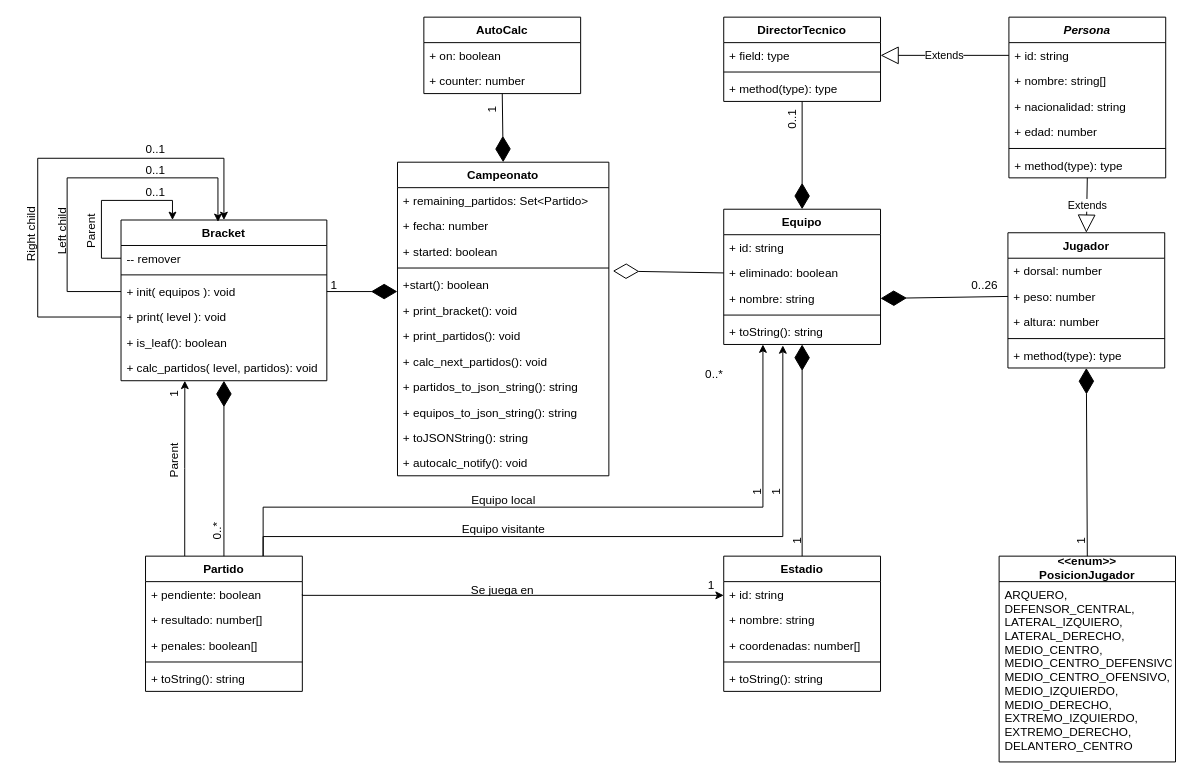
This is doc/Sistema campeonato.drawio from joaquinmaier/campeonato-api, a draw.io file, before an edit. Source tidied: cells renumbered, new cells numbered last; positions are measured from the earlier drawing's top-left corner, leaving out a move shared by most shapes. Both pictures are drawn from the tidied source at 98%, with x=0, y=0 at pixel (-8, 17).
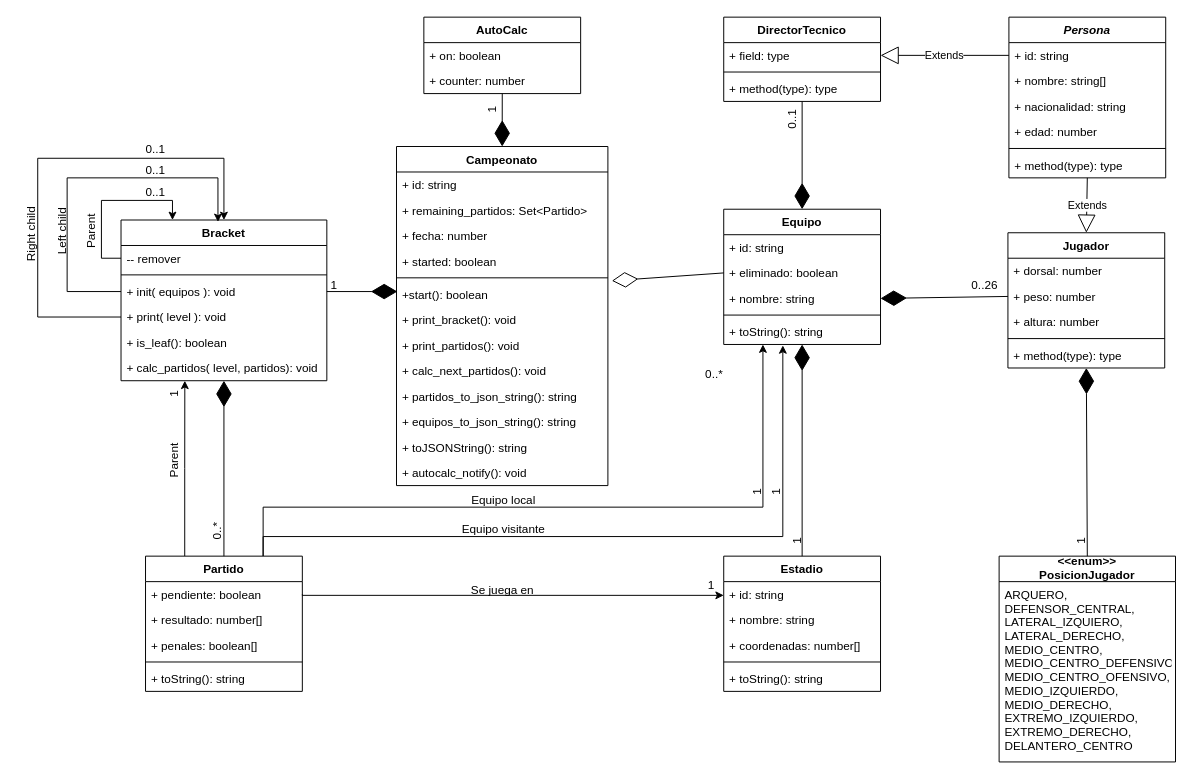
After the change.

Commit message (it also covers changes not shown here):
Modifications to the UML, a few routes/controllers and added LICENSE

What changed in the source:
```diff
@@
     <mxCell id="2" value="Campeonato" style="swimlane;fontStyle=1;align=center;verticalAlign=top;horizontal=1;startSize=26;" parent="1" vertex="1">
-      <mxGeometry x="413.1" y="148" width="215.7" height="320" as="geometry" />
+      <mxGeometry x="412.1" y="132" width="215.7" height="346" as="geometry" />
     </mxCell>
+    <mxCell id="101" value="+ id: string" style="text;strokeColor=none;fillColor=none;align=left;verticalAlign=top;spacingLeft=4;spacingRight=4;overflow=hidden;" parent="2" vertex="1">
+      <mxGeometry y="26" width="215.7" height="26" as="geometry" />
+    </mxCell>
     <mxCell id="3" value="+ remaining_partidos: Set&lt;Partido&gt;" style="text;strokeColor=none;fillColor=none;align=left;verticalAlign=top;spacingLeft=4;spacingRight=4;overflow=hidden;" parent="2" vertex="1">
-      <mxGeometry y="26" width="215.7" height="26" as="geometry" />
+      <mxGeometry y="52" width="215.7" height="26" as="geometry" />
     </mxCell>
     <mxCell id="4" value="+ fecha: number" style="text;strokeColor=none;fillColor=none;align=left;verticalAlign=top;spacingLeft=4;spacingRight=4;overflow=hidden;" parent="2" vertex="1">
-      <mxGeometry y="52" width="215.7" height="26" as="geometry" />
+      <mxGeometry y="78" width="215.7" height="26" as="geometry" />
     </mxCell>
     <mxCell id="5" value="+ started: boolean" style="text;strokeColor=none;fillColor=none;align=left;verticalAlign=top;spacingLeft=4;spacingRight=4;overflow=hidden;" parent="2" vertex="1">
-      <mxGeometry y="78" width="215.7" height="26" as="geometry" />
+      <mxGeometry y="104" width="215.7" height="26" as="geometry" />
     </mxCell>
     <mxCell id="6" style="line;strokeWidth=1;fillColor=none;align=left;verticalAlign=middle;spacingTop=-1;spacingLeft=3;spacingRight=3;labelPosition=right;strokeColor=inherit;" parent="2" vertex="1">
-      <mxGeometry y="104" width="215.7" height="8" as="geometry" />
+      <mxGeometry y="130" width="215.7" height="8" as="geometry" />
     </mxCell>
     <mxCell id="7" value="+start(): boolean" style="text;strokeColor=none;fillColor=none;align=left;verticalAlign=top;spacingLeft=4;spacingRight=4;overflow=hidden;points=[[0,0.5],[1,0.5]];portConstraint=eastwest;" parent="2" vertex="1">
-      <mxGeometry y="112" width="215.7" height="26" as="geometry" />
+      <mxGeometry y="138" width="215.7" height="26" as="geometry" />
     </mxCell>
     <mxCell id="8" value="+ print_bracket(): void" style="text;strokeColor=none;fillColor=none;align=left;verticalAlign=top;spacingLeft=4;spacingRight=4;overflow=hidden;" parent="2" vertex="1">
-      <mxGeometry y="138" width="215.7" height="26" as="geometry" />
+      <mxGeometry y="164" width="215.7" height="26" as="geometry" />
     </mxCell>
     <mxCell id="9" value="+ print_partidos(): void" style="text;strokeColor=none;fillColor=none;align=left;verticalAlign=top;spacingLeft=4;spacingRight=4;overflow=hidden;" parent="2" vertex="1">
-      <mxGeometry y="164" width="215.7" height="26" as="geometry" />
+      <mxGeometry y="190" width="215.7" height="26" as="geometry" />
     </mxCell>
     <mxCell id="10" value="+ calc_next_partidos(): void" style="text;strokeColor=none;fillColor=none;align=left;verticalAlign=top;spacingLeft=4;spacingRight=4;overflow=hidden;" parent="2" vertex="1">
-      <mxGeometry y="190" width="215.7" height="26" as="geometry" />
+      <mxGeometry y="216" width="215.7" height="26" as="geometry" />
     </mxCell>
     <mxCell id="11" value="+ partidos_to_json_string(): string" style="text;strokeColor=none;fillColor=none;align=left;verticalAlign=top;spacingLeft=4;spacingRight=4;overflow=hidden;" parent="2" vertex="1">
-      <mxGeometry y="216" width="215.7" height="26" as="geometry" />
+      <mxGeometry y="242" width="215.7" height="26" as="geometry" />
     </mxCell>
     <mxCell id="12" value="+ equipos_to_json_string(): string" style="text;strokeColor=none;fillColor=none;align=left;verticalAlign=top;spacingLeft=4;spacingRight=4;overflow=hidden;" parent="2" vertex="1">
-      <mxGeometry y="242" width="215.7" height="26" as="geometry" />
+      <mxGeometry y="268" width="215.7" height="26" as="geometry" />
     </mxCell>
     <mxCell id="13" value="+ toJSONString(): string" style="text;strokeColor=none;fillColor=none;align=left;verticalAlign=top;spacingLeft=4;spacingRight=4;overflow=hidden;" parent="2" vertex="1">
-      <mxGeometry y="268" width="215.7" height="26" as="geometry" />
+      <mxGeometry y="294" width="215.7" height="26" as="geometry" />
     </mxCell>
     <mxCell id="14" value="+ autocalc_notify(): void" style="text;strokeColor=none;fillColor=none;align=left;verticalAlign=top;spacingLeft=4;spacingRight=4;overflow=hidden;" parent="2" vertex="1">
-      <mxGeometry y="294" width="215.7" height="26" as="geometry" />
+      <mxGeometry y="320" width="215.7" height="26" as="geometry" />
     </mxCell>
```
